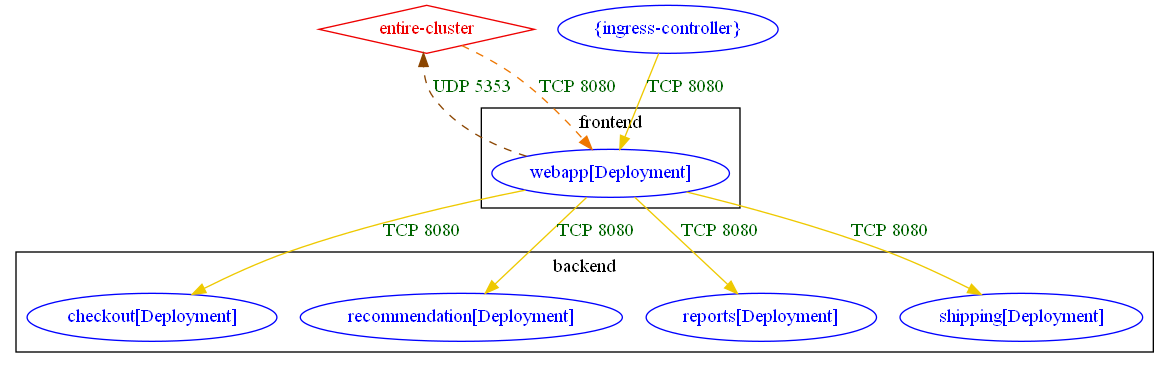
The Graphviz diagram test_outputs/connlist/acs-security-demos_focus_workload_frontend_webapp_exposure_output.dot.png in np-guard/netpol-analyzer, before a commit. Its source is kept beside it as test_outputs/connlist/acs-security-demos_focus_workload_frontend_webapp_exposure_output.dot.
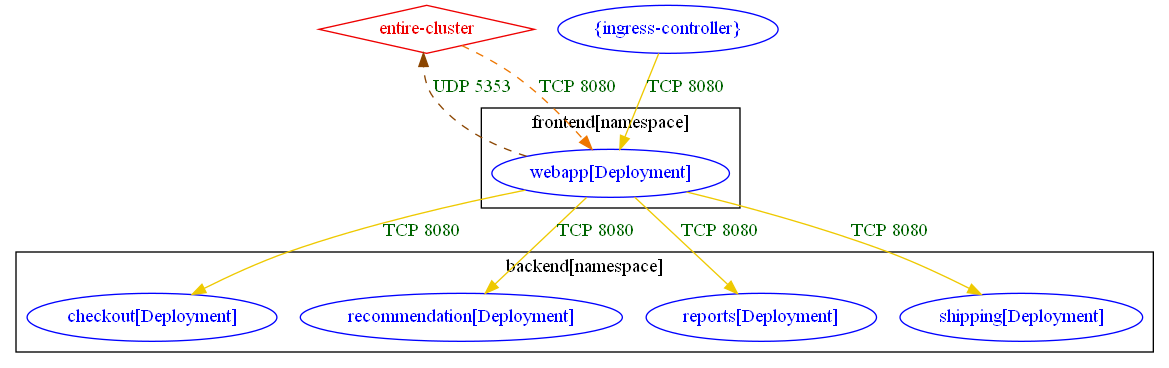
After the change.

Change to the diagram source:
```diff
@@ -1,18 +1,18 @@
 digraph {
-	subgraph "cluster_backend" {
+	subgraph "cluster_backend[namespace]" {
 		color="black"
 		fontcolor="black"
 		"backend/checkout[Deployment]" [label="checkout[Deployment]" color="blue" fontcolor="blue"]
 		"backend/recommendation[Deployment]" [label="recommendation[Deployment]" color="blue" fontcolor="blue"]
 		"backend/reports[Deployment]" [label="reports[Deployment]" color="blue" fontcolor="blue"]
 		"backend/shipping[Deployment]" [label="shipping[Deployment]" color="blue" fontcolor="blue"]
-		label="backend"
+		label="backend[namespace]"
 	}
-	subgraph "cluster_frontend" {
+	subgraph "cluster_frontend[namespace]" {
 		color="black"
 		fontcolor="black"
 		"frontend/webapp[Deployment]" [label="webapp[Deployment]" color="blue" fontcolor="blue"]
-		label="frontend"
+		label="frontend[namespace]"
 	}
 	"entire-cluster" [label="entire-cluster" color="red2" fontcolor="red2" shape=diamond]
 	"{ingress-controller}" [label="{ingress-controller}" color="blue" fontcolor="blue"]
```
